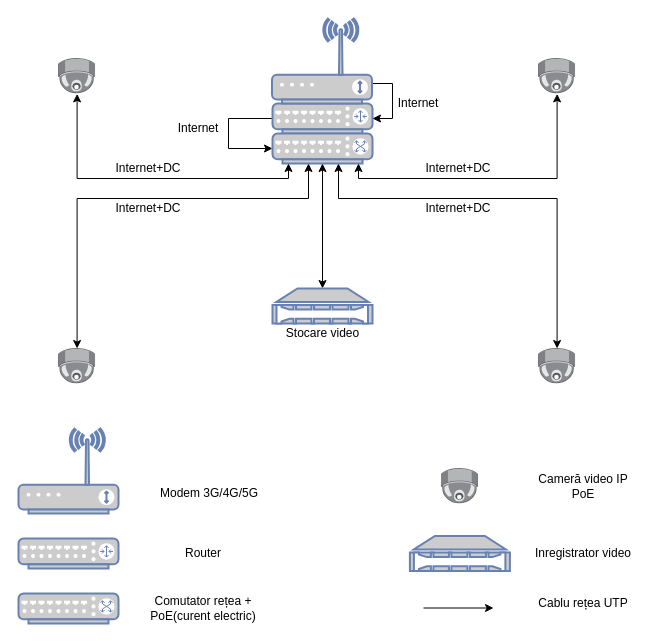
This is video_surveillance.drawio from cirnatdan/cirnatdan.github.com, a draw.io file, before an edit. Source tidied: cells renumbered, new cells numbered last; positions are measured from the earlier drawing's top-left corner, leaving out a move shared by most shapes. Both pictures are drawn from the tidied source at 100%, with x=0, y=0 at pixel (18, 18).
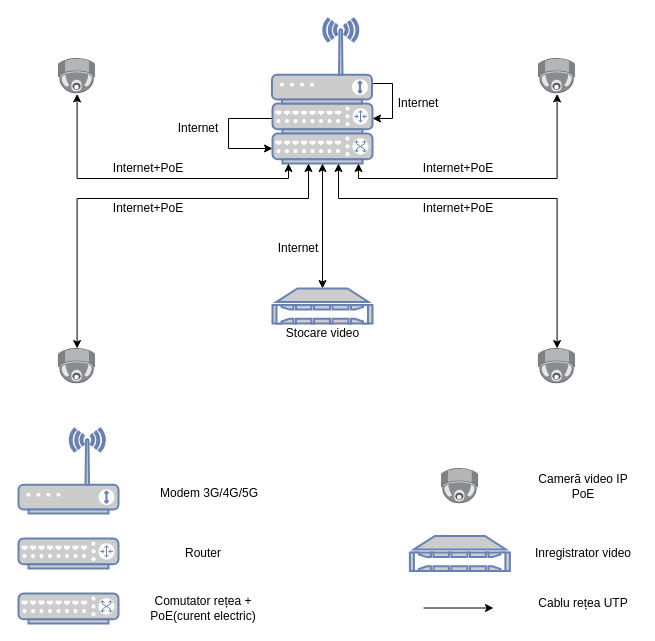
The same page after the edit.

The edit, as a diff of the source:
```diff
@@
-    <mxCell id="20" value="Internet+DC" style="text;html=1;strokeColor=none;fillColor=none;align=center;verticalAlign=middle;whiteSpace=wrap;rounded=0;" parent="1" vertex="1">
+    <mxCell id="20" value="Internet+PoE" style="text;html=1;strokeColor=none;fillColor=none;align=center;verticalAlign=middle;whiteSpace=wrap;rounded=0;" parent="1" vertex="1">
       <mxGeometry x="110" y="140" width="40" height="20" as="geometry" />
     </mxCell>
-    <mxCell id="21" value="Internet+DC" style="text;html=1;strokeColor=none;fillColor=none;align=center;verticalAlign=middle;whiteSpace=wrap;rounded=0;" parent="1" vertex="1">
+    <mxCell id="21" value="Internet+PoE" style="text;html=1;strokeColor=none;fillColor=none;align=center;verticalAlign=middle;whiteSpace=wrap;rounded=0;" parent="1" vertex="1">
       <mxGeometry x="420" y="140" width="40" height="20" as="geometry" />
     </mxCell>
-    <mxCell id="22" value="Internet+DC" style="text;html=1;strokeColor=none;fillColor=none;align=center;verticalAlign=middle;whiteSpace=wrap;rounded=0;" parent="1" vertex="1">
+    <mxCell id="22" value="Internet+PoE" style="text;html=1;strokeColor=none;fillColor=none;align=center;verticalAlign=middle;whiteSpace=wrap;rounded=0;" parent="1" vertex="1">
       <mxGeometry x="110" y="180" width="40" height="20" as="geometry" />
     </mxCell>
-    <mxCell id="23" value="Internet+DC" style="text;html=1;strokeColor=none;fillColor=none;align=center;verticalAlign=middle;whiteSpace=wrap;rounded=0;" parent="1" vertex="1">
+    <mxCell id="23" value="Internet+PoE&lt;br&gt;" style="text;html=1;strokeColor=none;fillColor=none;align=center;verticalAlign=middle;whiteSpace=wrap;rounded=0;" parent="1" vertex="1">
       <mxGeometry x="420" y="180" width="40" height="20" as="geometry" />
     </mxCell>
@@
+    <mxCell id="36" value="Internet" style="text;html=1;strokeColor=none;fillColor=none;align=center;verticalAlign=middle;whiteSpace=wrap;rounded=0;" parent="1" vertex="1">
+      <mxGeometry x="260" y="220" width="40" height="20" as="geometry" />
+    </mxCell>
```
